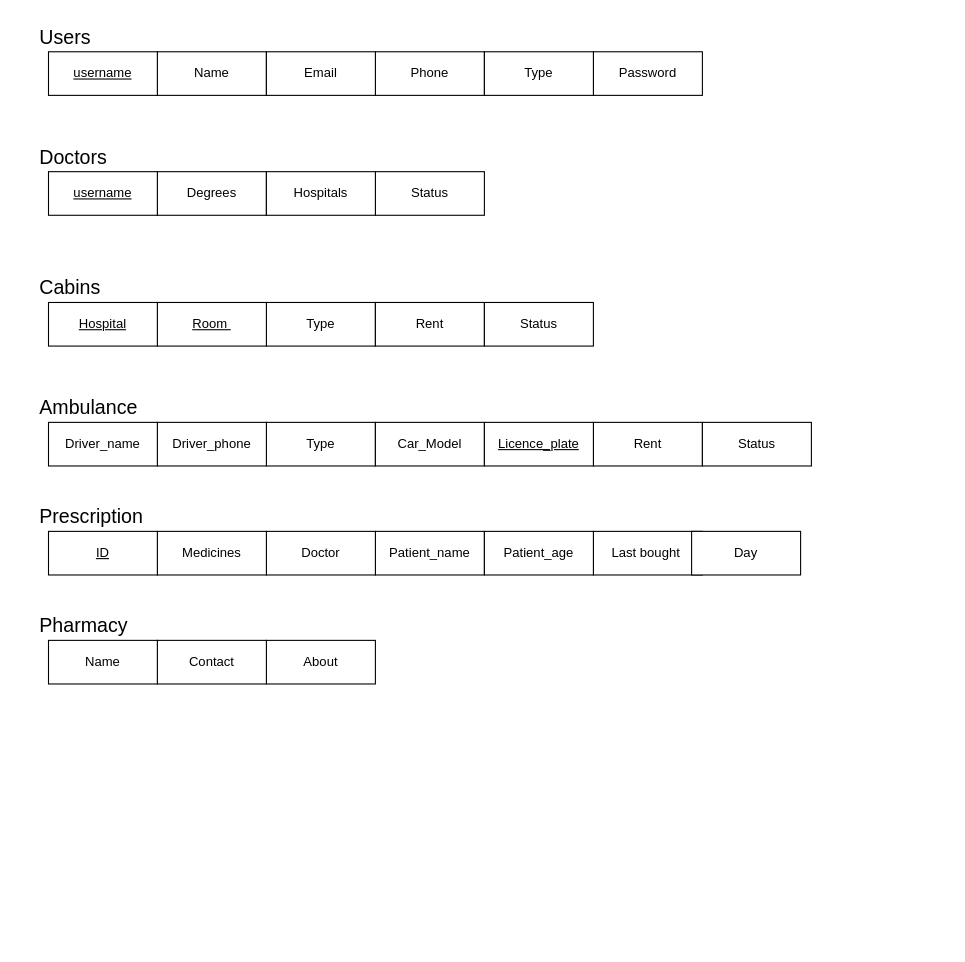
The draw.io diagram Untitled Diagram.drawio in asiradnan/drawio, before the edit. Source tidied: cells renumbered, new cells numbered last; positions are measured from the earlier drawing's top-left corner, leaving out a move shared by most shapes. Both pictures are drawn from the tidied source at 109%, with x=0, y=0 at pixel (37, 19).
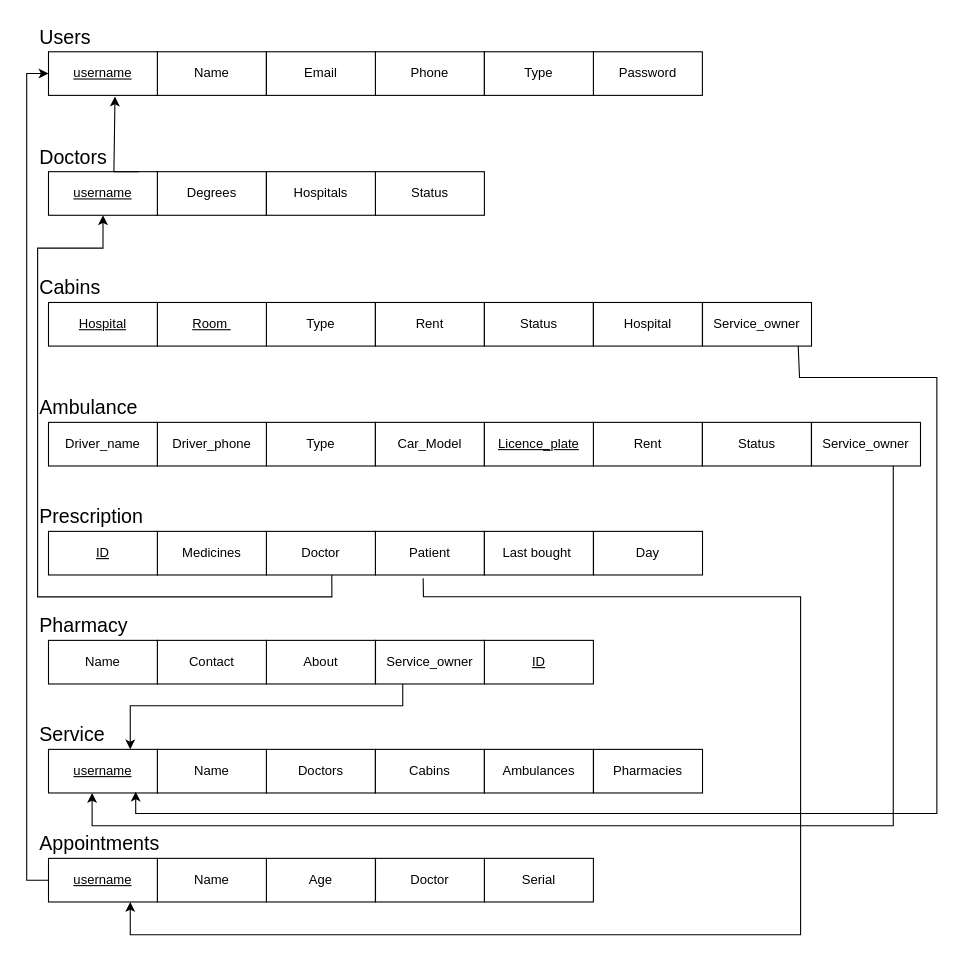
After the change.

Unchanged cells that the change refers to:
```xml
<mxCell id="3" value="&lt;u style=&quot;border-color: var(--border-color);&quot;&gt;username&lt;/u&gt;" style="whiteSpace=wrap;html=1;align=center;" parent="1" vertex="1">
  <mxGeometry x="10" y="30" width="100" height="40" as="geometry" />
</mxCell>
<mxCell id="10" value="&lt;u style=&quot;border-color: var(--border-color);&quot;&gt;username&lt;/u&gt;" style="whiteSpace=wrap;html=1;align=center;" parent="1" vertex="1">
  <mxGeometry x="10" y="140" width="100" height="40" as="geometry" />
</mxCell>
```

What changed in the source:
```diff
@@
-    <mxCell id="30" value="Patient_name" style="whiteSpace=wrap;html=1;align=center;" parent="1" vertex="1">
+    <mxCell id="30" value="Patient" style="whiteSpace=wrap;html=1;align=center;" parent="1" vertex="1">
       <mxGeometry x="309.9" y="470" width="100" height="40" as="geometry" />
     </mxCell>
@@
     <mxCell id="32" value="Last bought&amp;nbsp;" style="whiteSpace=wrap;html=1;align=center;" parent="1" vertex="1">
-      <mxGeometry x="509.9" y="470" width="100" height="40" as="geometry" />
+      <mxGeometry x="409.9" y="470" width="100" height="40" as="geometry" />
     </mxCell>
     <mxCell id="33" value="Day" style="whiteSpace=wrap;html=1;align=center;" parent="1" vertex="1">
-      <mxGeometry x="600" y="470" width="100" height="40" as="geometry" />
+      <mxGeometry x="510" y="470" width="100" height="40" as="geometry" />
     </mxCell>
-    <mxCell id="34" value="Patient_age" style="whiteSpace=wrap;html=1;align=center;" parent="1" vertex="1">
-      <mxGeometry x="409.9" y="470" width="100" height="40" as="geometry" />
-    </mxCell>
@@
+    <mxCell id="40" value="&lt;span style=&quot;font-size: 18px;&quot;&gt;Service&lt;/span&gt;" style="text;whiteSpace=wrap;html=1;" parent="1" vertex="1">
+      <mxGeometry y="640" width="60" height="40" as="geometry" />
+    </mxCell>
+    <mxCell id="41" value="&lt;u&gt;username&lt;/u&gt;" style="whiteSpace=wrap;html=1;align=center;" parent="1" vertex="1">
+      <mxGeometry x="10" y="670" width="100" height="40" as="geometry" />
+    </mxCell>
+    <mxCell id="42" value="Doctors" style="whiteSpace=wrap;html=1;align=center;" parent="1" vertex="1">
+      <mxGeometry x="209.9" y="670" width="100" height="40" as="geometry" />
+    </mxCell>
+    <mxCell id="43" value="Name" style="whiteSpace=wrap;html=1;align=center;" parent="1" vertex="1">
+      <mxGeometry x="109.9" y="670" width="100" height="40" as="geometry" />
+    </mxCell>
+    <mxCell id="44" value="Cabins" style="whiteSpace=wrap;html=1;align=center;" parent="1" vertex="1">
+      <mxGeometry x="309.9" y="670" width="100" height="40" as="geometry" />
+    </mxCell>
+    <mxCell id="45" value="Ambulances" style="whiteSpace=wrap;html=1;align=center;" parent="1" vertex="1">
+      <mxGeometry x="409.9" y="670" width="100" height="40" as="geometry" />
+    </mxCell>
+    <mxCell id="46" value="Pharmacies" style="whiteSpace=wrap;html=1;align=center;" parent="1" vertex="1">
+      <mxGeometry x="510" y="670" width="100" height="40" as="geometry" />
+    </mxCell>
+    <mxCell id="47" value="Hospital" style="whiteSpace=wrap;html=1;align=center;" parent="1" vertex="1">
+      <mxGeometry x="509.9" y="260" width="100" height="40" as="geometry" />
+    </mxCell>
+    <mxCell id="48" value="Service_owner" style="whiteSpace=wrap;html=1;align=center;" parent="1" vertex="1">
+      <mxGeometry x="610" y="260" width="100" height="40" as="geometry" />
+    </mxCell>
+    <mxCell id="49" value="Service_owner" style="whiteSpace=wrap;html=1;align=center;" parent="1" vertex="1">
+      <mxGeometry x="710" y="370" width="100" height="40" as="geometry" />
+    </mxCell>
+    <mxCell id="50" value="Service_owner" style="whiteSpace=wrap;html=1;align=center;" parent="1" vertex="1">
+      <mxGeometry x="310" y="570" width="100" height="40" as="geometry" />
+    </mxCell>
+    <mxCell id="51" style="endArrow=classic;html=1;rounded=0;entryX=0.75;entryY=1;entryDx=0;entryDy=0;exitX=0.828;exitY=1.031;exitDx=0;exitDy=0;exitPerimeter=0;" parent="1" edge="1">
+      <mxGeometry relative="1" as="geometry">
+        <mxPoint x="697.8" y="300" as="sourcePoint" />
+        <mxPoint x="90" y="708.8" as="targetPoint" />
+        <Array as="points">
+          <mxPoint x="699" y="328.8" />
+          <mxPoint x="825" y="328.8" />
+          <mxPoint x="825" y="728.8" />
+          <mxPoint x="90" y="728.8" />
+        </Array>
+      </mxGeometry>
+    </mxCell>
+    <mxCell id="52" style="endArrow=classic;html=1;rounded=0;" parent="1" edge="1">
+      <mxGeometry relative="1" as="geometry">
+        <mxPoint x="785" y="410" as="sourcePoint" />
+        <mxPoint x="50" y="710" as="targetPoint" />
+        <Array as="points">
+          <mxPoint x="785" y="740" />
+          <mxPoint x="50" y="740" />
+        </Array>
+      </mxGeometry>
+    </mxCell>
+    <mxCell id="53" style="endArrow=classic;html=1;rounded=0;exitX=0.25;exitY=1;exitDx=0;exitDy=0;entryX=0.75;entryY=0;entryDx=0;entryDy=0;" parent="1" edge="1" source="50" target="41">
+      <mxGeometry relative="1" as="geometry">
+        <Array as="points">
+          <mxPoint x="335" y="630" />
+          <mxPoint x="85" y="630" />
+        </Array>
+      </mxGeometry>
+    </mxCell>
+    <mxCell id="54" style="endArrow=classic;html=1;rounded=0;exitX=0.5;exitY=1;exitDx=0;exitDy=0;" parent="1" edge="1">
+      <mxGeometry relative="1" as="geometry">
+        <mxPoint x="269.9" y="510.1" as="sourcePoint" />
+        <mxPoint x="60" y="180" as="targetPoint" />
+        <Array as="points">
+          <mxPoint x="270" y="530.1" />
+          <mxPoint x="150" y="530.1" />
+          <mxPoint y="530.1" />
+          <mxPoint y="210.1" />
+          <mxPoint x="60" y="210.1" />
+        </Array>
+      </mxGeometry>
+    </mxCell>
+    <mxCell id="55" value="&lt;u&gt;ID&lt;/u&gt;" style="whiteSpace=wrap;html=1;align=center;" parent="1" vertex="1">
+      <mxGeometry x="409.9" y="570" width="100" height="40" as="geometry" />
+    </mxCell>
+    <mxCell id="56" value="&lt;span style=&quot;font-size: 18px;&quot;&gt;Appointments&lt;/span&gt;" style="text;whiteSpace=wrap;html=1;" parent="1" vertex="1">
+      <mxGeometry y="740" width="60" height="40" as="geometry" />
+    </mxCell>
+    <mxCell id="57" value="&lt;u&gt;username&lt;/u&gt;" style="whiteSpace=wrap;html=1;align=center;" parent="1" vertex="1">
+      <mxGeometry x="10" y="770" width="100" height="40" as="geometry" />
+    </mxCell>
+    <mxCell id="58" value="Age" style="whiteSpace=wrap;html=1;align=center;" parent="1" vertex="1">
+      <mxGeometry x="209.9" y="770" width="100" height="40" as="geometry" />
+    </mxCell>
+    <mxCell id="59" value="Name" style="whiteSpace=wrap;html=1;align=center;" parent="1" vertex="1">
+      <mxGeometry x="109.9" y="770" width="100" height="40" as="geometry" />
+    </mxCell>
+    <mxCell id="60" value="Doctor" style="whiteSpace=wrap;html=1;align=center;" parent="1" vertex="1">
+      <mxGeometry x="310" y="770" width="100" height="40" as="geometry" />
+    </mxCell>
+    <mxCell id="61" value="Serial" style="whiteSpace=wrap;html=1;align=center;" parent="1" vertex="1">
+      <mxGeometry x="409.9" y="770" width="100" height="40" as="geometry" />
+    </mxCell>
+    <mxCell id="62" style="endArrow=classic;html=1;rounded=0;exitX=0;exitY=0.5;exitDx=0;exitDy=0;entryX=0;entryY=0.5;entryDx=0;entryDy=0;" parent="1" edge="1" source="57" target="3">
+      <mxGeometry relative="1" as="geometry">
+        <Array as="points">
+          <mxPoint x="-10" y="790" />
+          <mxPoint x="-10" y="410" />
+          <mxPoint x="-10" y="50" />
+        </Array>
+      </mxGeometry>
+    </mxCell>
+    <mxCell id="63" style="edgeStyle=orthogonalEdgeStyle;rounded=0;jettySize=auto;html=1;exitX=0.827;exitY=0;exitDx=0;exitDy=0;entryX=0.61;entryY=1.028;entryDx=0;entryDy=0;entryPerimeter=0;exitPerimeter=0;" parent="1" edge="1" source="10" target="3">
+      <mxGeometry relative="1" as="geometry">
+        <Array as="points">
+          <mxPoint x="70" y="140" />
+          <mxPoint x="70" y="71" />
+        </Array>
+      </mxGeometry>
+    </mxCell>
+    <mxCell id="64" style="endArrow=classic;html=1;rounded=0;exitX=0.438;exitY=1.076;exitDx=0;exitDy=0;exitPerimeter=0;entryX=0.75;entryY=1;entryDx=0;entryDy=0;" parent="1" edge="1" source="30" target="57">
+      <mxGeometry relative="1" as="geometry">
+        <Array as="points">
+          <mxPoint x="354" y="530" />
+          <mxPoint x="700" y="530" />
+          <mxPoint x="700" y="840" />
+          <mxPoint x="85" y="840" />
+        </Array>
+      </mxGeometry>
+    </mxCell>
```
